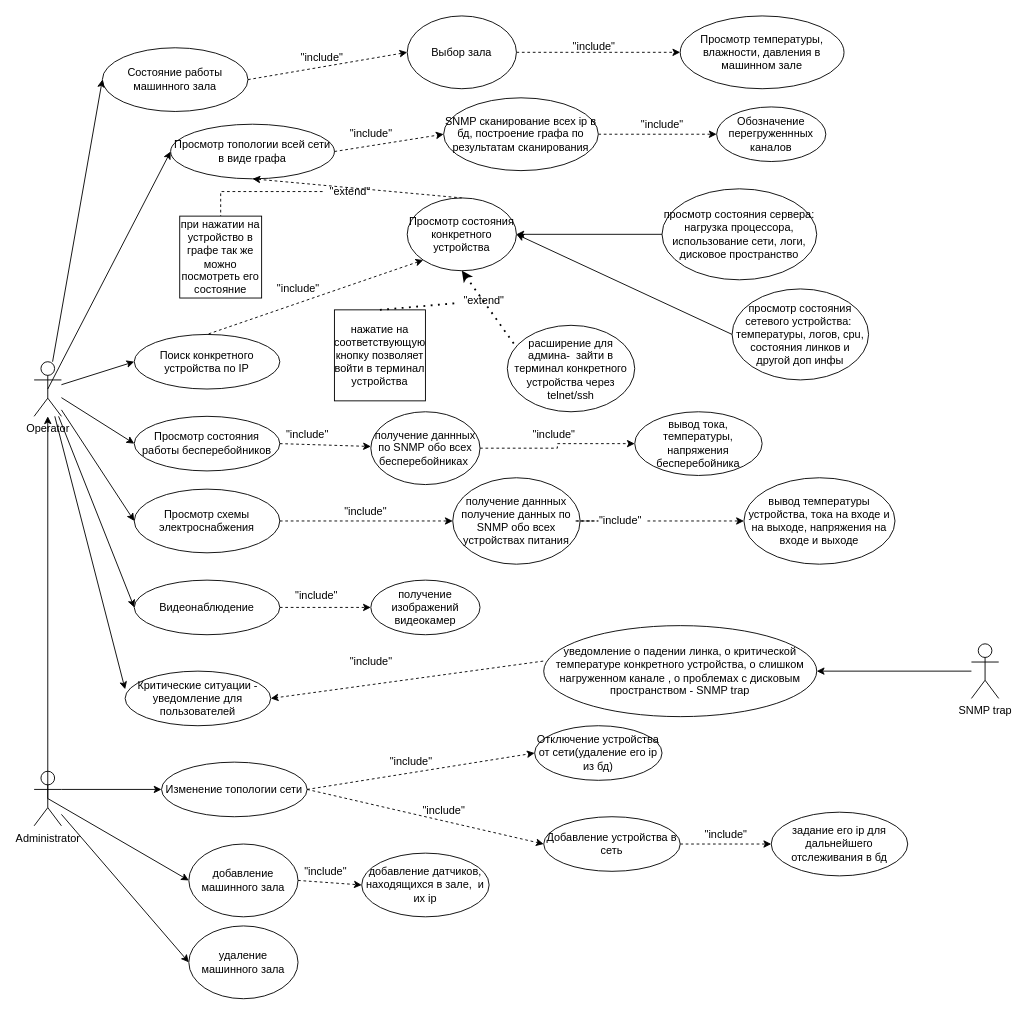
sophiiako/unik keeps this draw.io diagram as Untitled Diagram.drawio. Above is the earlier version. Source tidied: cells renumbered, new cells numbered last; positions are measured from the earlier drawing's top-left corner, leaving out a move shared by most shapes. Both pictures are drawn from the tidied source at 91%, with x=0, y=0 at pixel (34, 15).
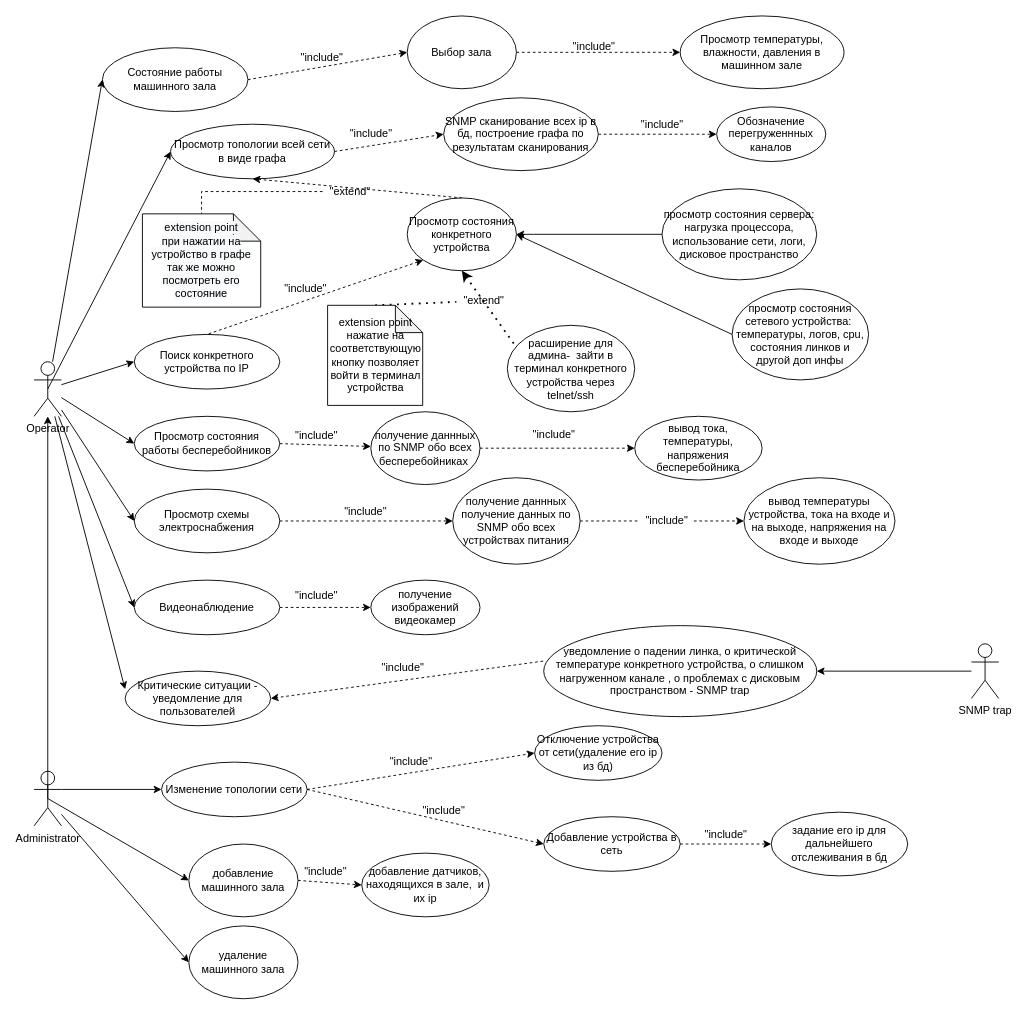
The same page after the edit.

Unchanged cells that the change refers to:
```xml
<mxCell id="58" value="&quot;extend&quot;" style="text;html=1;align=center;verticalAlign=middle;points=[];strokeColor=none;fillColor=none;" parent="1" vertex="1">
  <mxGeometry x="317" y="183" width="60" height="20" as="geometry" />
</mxCell>
<mxCell id="71" value="&quot;extend&quot;" style="text;html=1;align=center;verticalAlign=middle;points=[];strokeColor=none;fillColor=none;" parent="1" vertex="1">
  <mxGeometry x="464" y="303" width="60" height="20" as="geometry" />
</mxCell>
```

The edit, as a diff of the source:
```diff
@@
     <mxCell id="48" value="вывод тока, температуры, напряжения бесперебойника" style="ellipse;whiteSpace=wrap;html=1;" parent="1" vertex="1">
-      <mxGeometry x="660" y="435" width="140" height="70" as="geometry" />
+      <mxGeometry x="660" y="440" width="140" height="70" as="geometry" />
     </mxCell>
@@
-    <mxCell id="57" style="edgeStyle=orthogonalEdgeStyle;rounded=0;jettySize=auto;html=1;dashed=1;startArrow=none;startFill=0;endArrow=none;endFill=0;" parent="1" edge="1" source="58" target="59">
+    <mxCell id="57" style="edgeStyle=orthogonalEdgeStyle;rounded=0;jettySize=auto;html=1;dashed=1;startArrow=none;startFill=0;endArrow=none;endFill=0;" parent="1" edge="1" source="58" target="86">
       <mxGeometry relative="1" as="geometry" />
     </mxCell>
@@
-    <mxCell id="59" value="при нажатии на устройство в графе так же можно посмотреть его состояние" style="whiteSpace=wrap;html=1;" parent="1" vertex="1">
-      <mxGeometry x="160" y="220" width="90" height="90" as="geometry" />
-    </mxCell>
@@
     <mxCell id="62" value="&quot;include&quot;" style="text;html=1;align=center;verticalAlign=middle;strokeColor=none;fillColor=none;" parent="1" vertex="1">
-      <mxGeometry x="270" y="450" width="60" height="20" as="geometry" />
+      <mxGeometry x="280" y="451" width="60" height="20" as="geometry" />
     </mxCell>
@@
     <mxCell id="65" value="&quot;include&quot;" style="text;html=1;align=center;verticalAlign=middle;strokeColor=none;fillColor=none;" parent="1" vertex="1">
-      <mxGeometry x="260" y="290" width="60" height="20" as="geometry" />
+      <mxGeometry x="268" y="290" width="60" height="20" as="geometry" />
     </mxCell>
     <mxCell id="66" value="&quot;include&quot;" style="text;html=1;align=center;verticalAlign=middle;points=[];strokeColor=none;fillColor=none;" parent="1" vertex="1">
-      <mxGeometry x="614" y="545" width="60" height="20" as="geometry" />
+      <mxGeometry x="665" y="545" width="60" height="20" as="geometry" />
     </mxCell>
@@
     <mxCell id="81" value="&quot;include&quot;" style="text;html=1;align=center;verticalAlign=middle;strokeColor=none;fillColor=none;" parent="1" vertex="1">
-      <mxGeometry x="340" y="700" width="60" height="20" as="geometry" />
+      <mxGeometry x="375" y="706" width="60" height="20" as="geometry" />
     </mxCell>
@@
-    <mxCell id="84" value="нажатие на соответствующую кнопку позволяет войти в терминал устройства" style="whiteSpace=wrap;html=1;" parent="1" vertex="1">
-      <mxGeometry x="330" y="323" width="100" height="100" as="geometry" />
-    </mxCell>
-    <mxCell id="85" style="endArrow=none;dashed=1;html=1;dashPattern=1 3;strokeWidth=2;rounded=0;exitX=0.5;exitY=0;exitDx=0;exitDy=0;" parent="1" edge="1" source="84" target="71">
+    <mxCell id="85" style="endArrow=none;dashed=1;html=1;dashPattern=1 3;strokeWidth=2;rounded=0;exitX=0.5;exitY=0;exitDx=0;exitDy=0;exitPerimeter=0;" parent="1" edge="1" source="87" target="71">
       <mxGeometry relative="1" as="geometry" />
     </mxCell>
+    <mxCell id="86" value="&lt;span style=&quot;color: rgb(0 , 0 , 0) ; font-family: &amp;#34;helvetica&amp;#34; ; font-size: 12px ; font-style: normal ; font-weight: 400 ; letter-spacing: normal ; text-align: center ; text-indent: 0px ; text-transform: none ; word-spacing: 0px ; background-color: rgb(248 , 249 , 250) ; display: inline ; float: none&quot;&gt;extension point&lt;br&gt;при нажатии на устройство в графе так же можно посмотреть его состояние&lt;/span&gt;" style="shape=note;whiteSpace=wrap;html=1;backgroundOutline=1;darkOpacity=0.05;" parent="1" vertex="1">
+      <mxGeometry x="119" y="217.5" width="130" height="102.5" as="geometry" />
+    </mxCell>
+    <mxCell id="87" value="extension point&lt;br&gt;нажатие на соответствующую кнопку позволяет войти в терминал устройства" style="shape=note;whiteSpace=wrap;html=1;backgroundOutline=1;darkOpacity=0.05;" parent="1" vertex="1">
+      <mxGeometry x="322.5" y="318" width="104.5" height="110" as="geometry" />
+    </mxCell>
```
